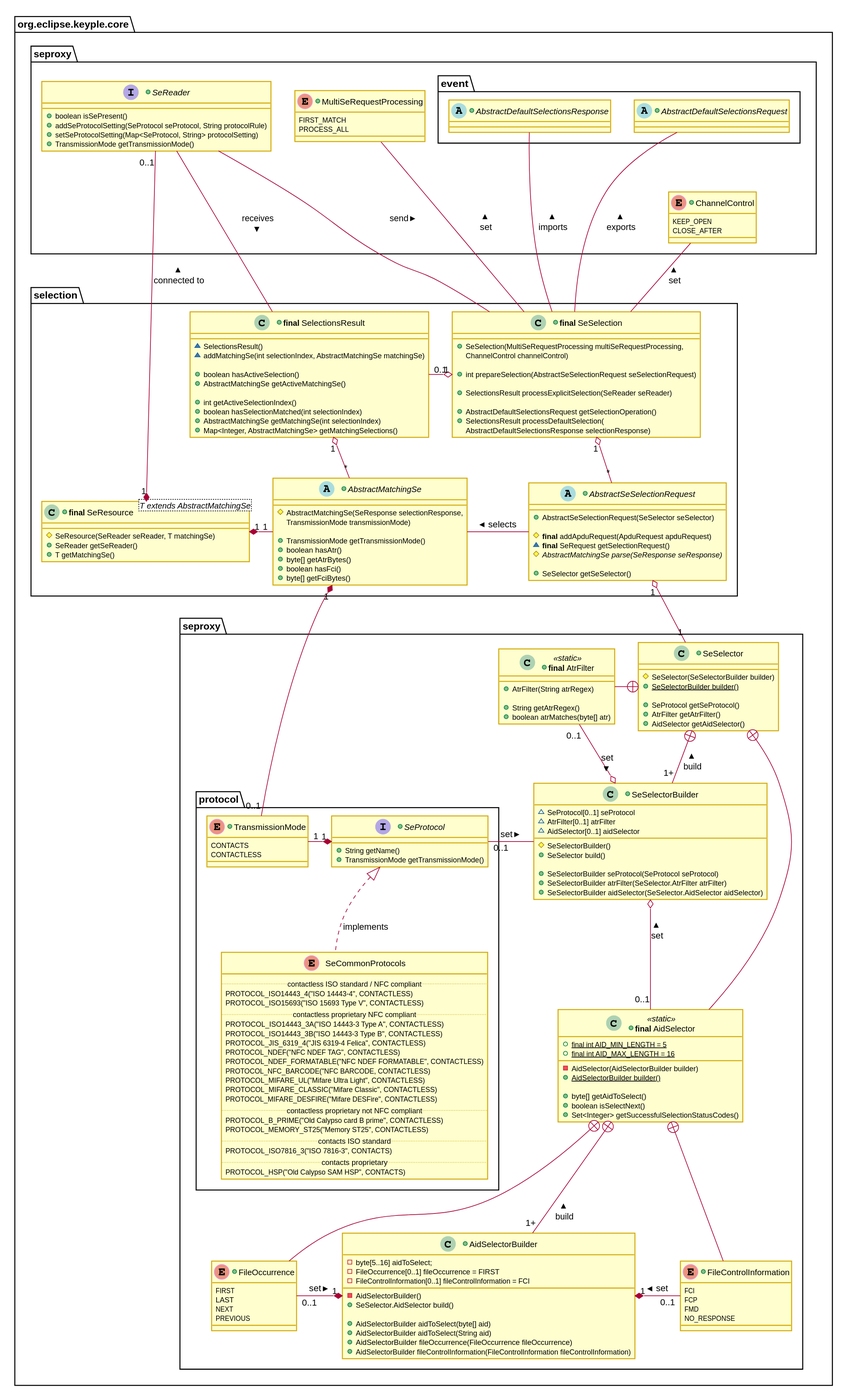
calypsonet/keyple keeps this PlantUML diagram as docs/KeypleCoreApi/ApplicationApi/img/KeypleCore_ApplicationApi_ClassDiag_Selection_SelectorAndSelection_0_9_0.svg. Above is the earlier version.
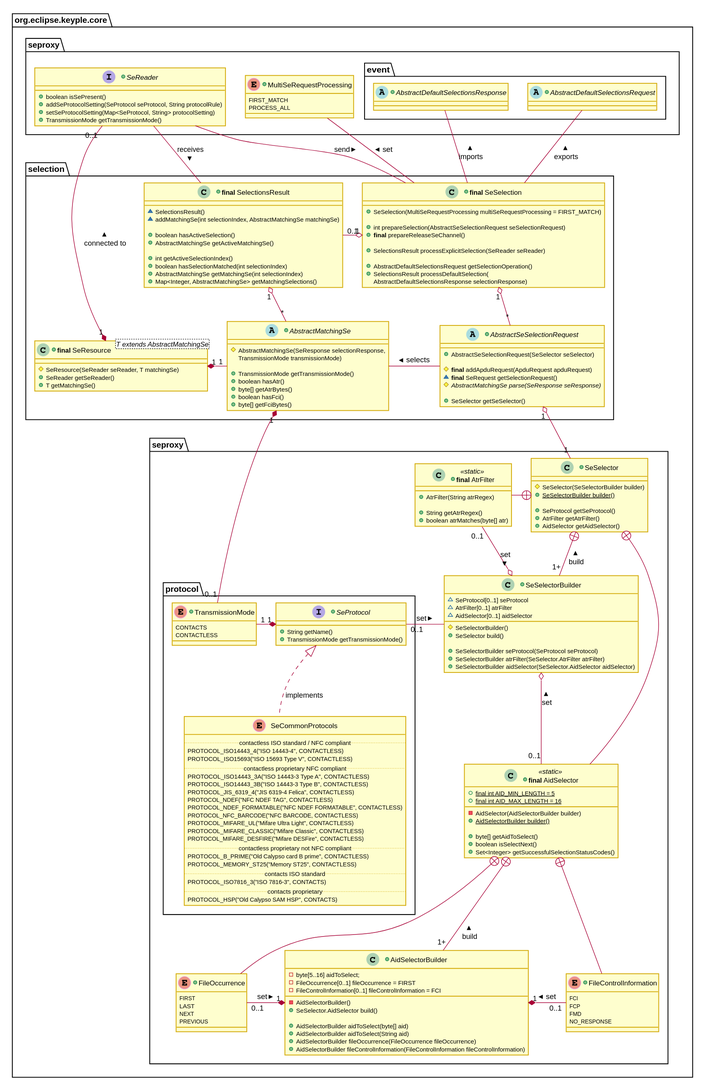
Later version of the same file.

Diff of the diagram source:
```diff
@@ -38,16 +38,10 @@
   +setSeProtocolSetting(Map<SeProtocol, String> protocolSetting)
   +TransmissionMode getTransmissionMode()
 }
-+enum ChannelControl {
-	KEEP_OPEN
-	CLOSE_AFTER
-}
 +enum MultiSeRequestProcessing {
 	FIRST_MATCH
 	PROCESS_ALL
 }
-
-    ChannelControl -up[hidden]- MultiSeRequestProcessing
 
     package event #FFFFFF {
 +abstract AbstractDefaultSelectionsRequest {
@@ -60,10 +54,10 @@
 
   package selection #FFFFFF {
 +class "<b>final</b> SeSelection" as SeSelection {
-  +SeSelection(MultiSeRequestProcessing multiSeRequestProcessing,
-    ChannelControl channelControl)
+  +SeSelection(MultiSeRequestProcessing multiSeRequestProcessing = FIRST_MATCH)
 
   +int prepareSelection(AbstractSeSelectionRequest seSelectionRequest)
+  +<b>final</b> prepareReleaseSeChannel()
 
   +SelectionsResult processExplicitSelection(SeReader seReader)
 
@@ -191,7 +185,6 @@
   FMD
   NO_RESPONSE
 }
-
 +class "<b>final</b> AtrFilter" as AtrFilter <<static>> {
   +AtrFilter(String atrRegex)
 
@@ -237,7 +230,6 @@
   }
 
   SeSelection -up- SeReader : send <
-  ChannelControl -- SeSelection : set <
   MultiSeRequestProcessing -- SeSelection : set <
   SeSelection -up- AbstractDefaultSelectionsRequest : exports >
   SeSelection -up- AbstractDefaultSelectionsResponse : imports >
```
